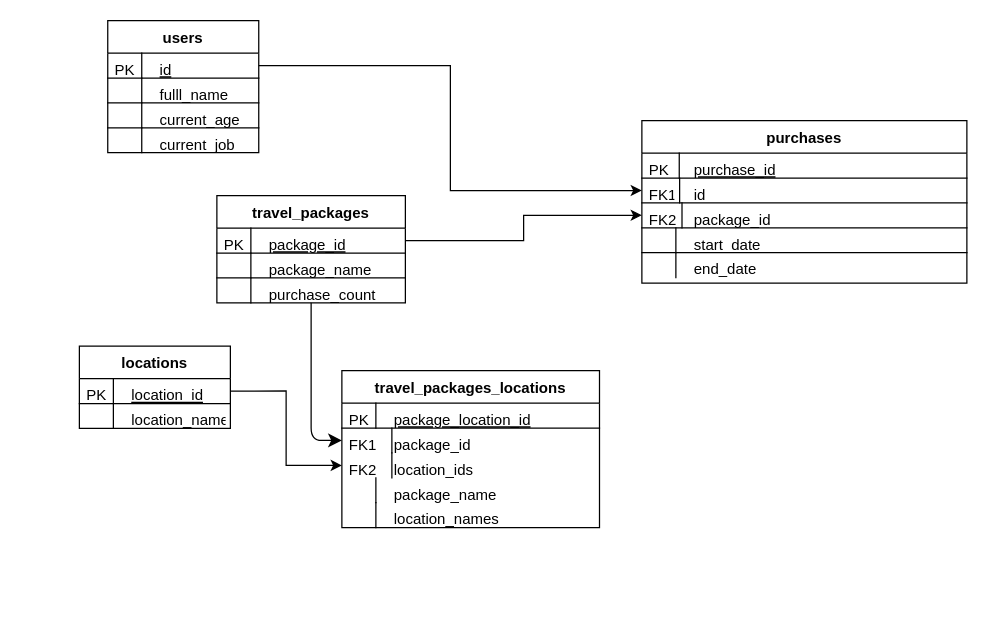
Above: diagrams/Diagrama Entidade-Relacionamento detalhado.drawio in tryber/sd-02-block23-project-queries-unite (draw.io), before the change. Source tidied: cells renumbered, new cells numbered last; positions are measured from the earlier drawing's top-left corner, leaving out a move shared by most shapes. Both pictures are drawn from the tidied source at 125%, with x=0, y=0 at pixel (79, 20).
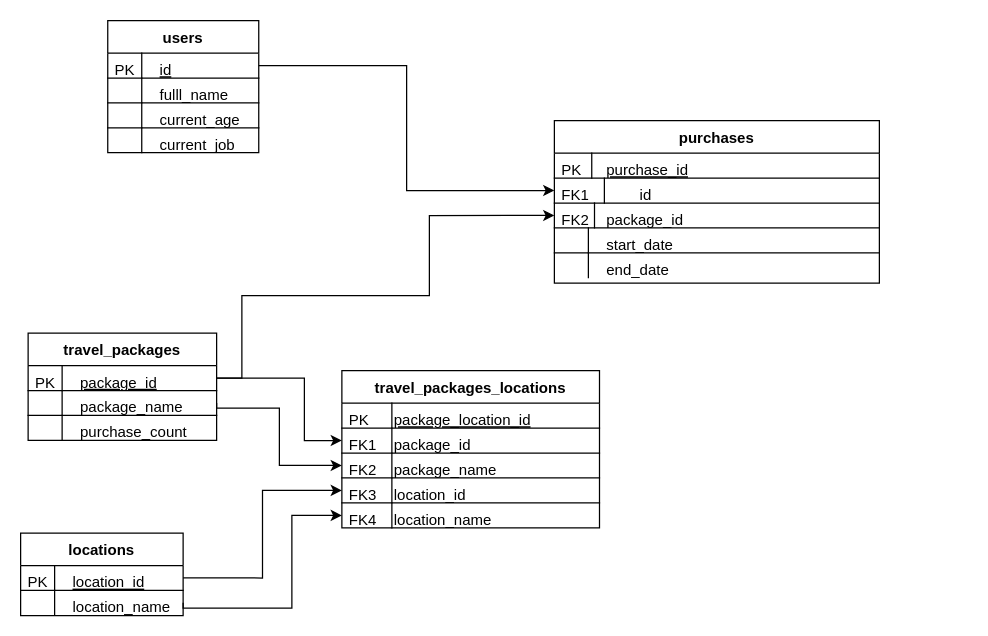
After the change.

Unchanged cells that the change refers to:
```xml
<mxCell id="32" value="travel_packages" style="swimlane;fontStyle=1;horizontal=1;startSize=26;rounded=0;shadow=0;strokeWidth=1;" parent="31" vertex="1">
  <mxGeometry x="-30" width="150.8" height="85.7" as="geometry" />
</mxCell>
<mxCell id="33" value="package_id" style="shape=partialRectangle;top=0;left=0;right=0;bottom=1;align=left;verticalAlign=top;fillColor=none;spacingLeft=40;spacingRight=4;overflow=hidden;points=[[0,0.5],[1,0.5]];portConstraint=eastwest;rounded=0;shadow=0;strokeWidth=1;fontStyle=4;" parent="32" vertex="1">
  <mxGeometry y="26" width="150.8" height="19.9" as="geometry" />
</mxCell>
<mxCell id="35" value="package_name" style="shape=partialRectangle;top=0;left=0;right=0;bottom=1;align=left;verticalAlign=top;fillColor=none;spacingLeft=40;spacingRight=4;overflow=hidden;points=[[0,0.5],[1,0.5]];portConstraint=eastwest;rounded=0;shadow=0;strokeWidth=1;" parent="32" vertex="1">
  <mxGeometry y="45.9" width="150.8" height="19.9" as="geometry" />
</mxCell>
```

What changed in the source:
```diff
@@
     <mxCell id="2" style="group;" parent="1" vertex="1">
-      <mxGeometry width="410" height="340" as="geometry" />
+      <mxGeometry width="416.1" height="405.7" as="geometry" />
     </mxCell>
@@
     <mxCell id="12" value="travel_packages_locations" style="swimlane;fontStyle=1;horizontal=1;startSize=26;rounded=0;shadow=0;strokeWidth=1;" parent="2" vertex="1">
-      <mxGeometry x="210" y="280" width="206.1" height="125.5" as="geometry" />
+      <mxGeometry x="210" y="280" width="206.1" height="125.8" as="geometry" />
     </mxCell>
     <mxCell id="13" value="package_location_id" style="shape=partialRectangle;top=0;left=0;right=0;bottom=1;align=left;verticalAlign=top;fillColor=none;spacingLeft=40;spacingRight=4;overflow=hidden;rounded=0;shadow=0;strokeWidth=1;fontStyle=4;" parent="12" vertex="1">
-      <mxGeometry y="26" width="206.1" height="19.9" as="geometry" />
+      <mxGeometry y="26" width="206.1" height="20" as="geometry" />
     </mxCell>
     <mxCell id="14" value="PK" style="shape=partialRectangle;top=0;left=0;bottom=0;fillColor=none;align=left;verticalAlign=top;spacingLeft=4;spacingRight=4;overflow=hidden;" parent="13" vertex="1">
-      <mxGeometry width="27.2" height="19.9" as="geometry" />
+      <mxGeometry width="40" height="20" as="geometry" />
     </mxCell>
-    <mxCell id="15" value="package_id" style="shape=partialRectangle;top=0;left=0;right=0;bottom=0;align=left;verticalAlign=top;fillColor=none;spacingLeft=40;spacingRight=4;overflow=hidden;points=[[0,0.5],[1,0.5]];portConstraint=eastwest;rounded=0;shadow=0;strokeWidth=1;" parent="12" vertex="1">
-      <mxGeometry y="45.9" width="206.1" height="19.9" as="geometry" />
+    <mxCell id="15" value="package_id" style="shape=partialRectangle;top=0;left=0;right=0;bottom=1;align=left;verticalAlign=top;fillColor=none;spacingLeft=40;spacingRight=4;overflow=hidden;points=[[0,0.5],[1,0.5]];portConstraint=eastwest;rounded=0;shadow=0;strokeWidth=1;" parent="12" vertex="1">
+      <mxGeometry y="46" width="206.1" height="19.9" as="geometry" />
     </mxCell>
@@
-    <mxCell id="17" value="location_ids" style="shape=partialRectangle;top=0;left=0;right=0;bottom=0;align=left;verticalAlign=top;fillColor=none;spacingLeft=40;spacingRight=4;overflow=hidden;points=[[0,0.5],[1,0.5]];portConstraint=eastwest;rounded=0;shadow=0;strokeWidth=1;" parent="12" vertex="1">
-      <mxGeometry y="65.8" width="206.1" height="19.9" as="geometry" />
+    <mxCell id="17" value="package_name" style="shape=partialRectangle;top=0;left=0;right=0;bottom=1;align=left;verticalAlign=top;fillColor=none;spacingLeft=40;spacingRight=4;overflow=hidden;points=[[0,0.5],[1,0.5]];portConstraint=eastwest;rounded=0;shadow=0;strokeWidth=1;" parent="12" vertex="1">
+      <mxGeometry y="65.9" width="206.1" height="19.9" as="geometry" />
     </mxCell>
@@
-    <mxCell id="19" value="package_name" style="shape=partialRectangle;top=0;left=0;right=0;bottom=0;align=left;verticalAlign=top;fillColor=none;spacingLeft=40;spacingRight=4;overflow=hidden;points=[[0,0.5],[1,0.5]];portConstraint=eastwest;rounded=0;shadow=0;strokeWidth=1;" parent="12" vertex="1">
-      <mxGeometry y="85.7" width="206.1" height="19.9" as="geometry" />
+    <mxCell id="19" value="location_id" style="shape=partialRectangle;top=0;left=0;right=0;bottom=1;align=left;verticalAlign=top;fillColor=none;spacingLeft=40;spacingRight=4;overflow=hidden;points=[[0,0.5],[1,0.5]];portConstraint=eastwest;rounded=0;shadow=0;strokeWidth=1;" parent="12" vertex="1">
+      <mxGeometry y="85.8" width="206.1" height="20" as="geometry" />
     </mxCell>
-    <mxCell id="20" style="shape=partialRectangle;top=0;left=0;bottom=0;fillColor=none;align=left;verticalAlign=top;spacingLeft=4;spacingRight=4;overflow=hidden;" parent="19" vertex="1">
-      <mxGeometry width="27.2" height="19.9" as="geometry" />
+    <mxCell id="20" value="FK3" style="shape=partialRectangle;top=0;left=0;bottom=0;fillColor=none;align=left;verticalAlign=top;spacingLeft=4;spacingRight=4;overflow=hidden;" parent="19" vertex="1">
+      <mxGeometry width="40" height="20" as="geometry" />
     </mxCell>
-    <mxCell id="21" value="location_names" style="shape=partialRectangle;top=0;left=0;right=0;bottom=0;align=left;verticalAlign=top;fillColor=none;spacingLeft=40;spacingRight=4;overflow=hidden;points=[[0,0.5],[1,0.5]];portConstraint=eastwest;rounded=0;shadow=0;strokeWidth=1;" parent="12" vertex="1">
-      <mxGeometry y="105.6" width="206.1" height="19.9" as="geometry" />
+    <mxCell id="21" value="location_name" style="shape=partialRectangle;top=0;left=0;right=0;bottom=0;align=left;verticalAlign=top;fillColor=none;spacingLeft=40;spacingRight=4;overflow=hidden;points=[[0,0.5],[1,0.5]];portConstraint=eastwest;rounded=0;shadow=0;strokeWidth=1;" parent="12" vertex="1">
+      <mxGeometry y="105.8" width="206.1" height="20" as="geometry" />
     </mxCell>
-    <mxCell id="22" style="shape=partialRectangle;top=0;left=0;bottom=0;fillColor=none;align=left;verticalAlign=top;spacingLeft=4;spacingRight=4;overflow=hidden;" parent="21" vertex="1">
-      <mxGeometry width="27.2" height="19.9" as="geometry" />
+    <mxCell id="22" value="FK4" style="shape=partialRectangle;top=0;left=0;bottom=0;fillColor=none;align=left;verticalAlign=top;spacingLeft=4;spacingRight=4;overflow=hidden;" parent="21" vertex="1">
+      <mxGeometry width="40" height="20" as="geometry" />
     </mxCell>
-    <mxCell id="23" style="edgeStyle=orthogonalEdgeStyle;endArrow=classic;startArrow=none;shadow=0;strokeWidth=1;endSize=8;startSize=8;startFill=0;endFill=1;" parent="2" edge="1" source="32" target="15">
-      <mxGeometry relative="1" as="geometry" />
-    </mxCell>
-    <mxCell id="24" style="group;" parent="2" vertex="1">
-      <mxGeometry y="260.4" width="120.8" height="79.6" as="geometry" />
-    </mxCell>
-    <mxCell id="25" value="locations" style="swimlane;fontStyle=1;horizontal=1;startSize=26;rounded=0;shadow=0;strokeWidth=1;" parent="24" vertex="1">
-      <mxGeometry width="120.8" height="65.8" as="geometry" />
-    </mxCell>
-    <mxCell id="26" value="location_id" style="shape=partialRectangle;top=0;left=0;right=0;bottom=1;align=left;verticalAlign=top;fillColor=none;spacingLeft=40;spacingRight=4;overflow=hidden;points=[[0,0.5],[1,0.5]];portConstraint=eastwest;rounded=0;shadow=0;strokeWidth=1;fontStyle=4;" parent="25" vertex="1">
-      <mxGeometry y="26" width="120.8" height="19.9" as="geometry" />
-    </mxCell>
-    <mxCell id="27" value="PK" style="shape=partialRectangle;top=0;left=0;bottom=0;fillColor=none;align=left;verticalAlign=top;spacingLeft=4;spacingRight=4;overflow=hidden;" parent="26" vertex="1">
-      <mxGeometry width="27.2" height="19.9" as="geometry" />
-    </mxCell>
-    <mxCell id="28" value="location_name" style="shape=partialRectangle;top=0;left=0;right=0;bottom=0;align=left;verticalAlign=top;fillColor=none;spacingLeft=40;spacingRight=4;overflow=hidden;points=[[0,0.5],[1,0.5]];portConstraint=eastwest;rounded=0;shadow=0;strokeWidth=1;" parent="25" vertex="1">
-      <mxGeometry y="45.9" width="120.8" height="19.9" as="geometry" />
-    </mxCell>
-    <mxCell id="29" style="shape=partialRectangle;top=0;left=0;bottom=0;fillColor=none;align=left;verticalAlign=top;spacingLeft=4;spacingRight=4;overflow=hidden;" parent="28" vertex="1">
-      <mxGeometry width="27.2" height="19.9" as="geometry" />
-    </mxCell>
-    <mxCell id="30" style="edgeStyle=orthogonalEdgeStyle;rounded=0;jettySize=auto;html=1;exitX=1;exitY=0.5;exitDx=0;exitDy=0;startArrow=none;startFill=0;endArrow=classic;endFill=1;" parent="2" edge="1" source="26" target="17">
-      <mxGeometry relative="1" as="geometry" />
-    </mxCell>
     <mxCell id="31" style="group;" parent="2" vertex="1">
-      <mxGeometry x="140" y="140" width="120.8" height="85.7" as="geometry" />
+      <mxGeometry x="-11" y="250" width="120.8" height="85.7" as="geometry" />
     </mxCell>
@@
+    <mxCell id="52" style="edgeStyle=orthogonalEdgeStyle;rounded=0;jettySize=auto;html=1;exitX=1;exitY=0.5;exitDx=0;exitDy=0;entryX=0;entryY=0.5;entryDx=0;entryDy=0;" parent="2" edge="1" source="35" target="17">
+      <mxGeometry relative="1" as="geometry">
+        <Array as="points">
+          <mxPoint x="110" y="310" />
+          <mxPoint x="160" y="310" />
+          <mxPoint x="160" y="356" />
+        </Array>
+      </mxGeometry>
+    </mxCell>
+    <mxCell id="53" style="edgeStyle=orthogonalEdgeStyle;rounded=0;jettySize=auto;html=1;exitX=1;exitY=0.5;exitDx=0;exitDy=0;entryX=0;entryY=0.5;entryDx=0;entryDy=0;" parent="2" edge="1" source="33" target="15">
+      <mxGeometry relative="1" as="geometry">
+        <Array as="points">
+          <mxPoint x="180" y="286" />
+          <mxPoint x="180" y="336" />
+        </Array>
+      </mxGeometry>
+    </mxCell>
     <mxCell id="39" value="purchases" style="swimlane;fontStyle=1;horizontal=1;startSize=26;rounded=0;shadow=0;strokeWidth=1;" parent="1" vertex="1">
-      <mxGeometry x="450" y="80" width="260" height="130" as="geometry" />
+      <mxGeometry x="380" y="80" width="260" height="130" as="geometry" />
     </mxCell>
@@
-    <mxCell id="42" value="id" style="shape=partialRectangle;top=0;left=0;right=0;bottom=1;align=left;verticalAlign=top;fillColor=none;spacingLeft=40;spacingRight=4;overflow=hidden;points=[[0,0.5],[1,0.5]];portConstraint=eastwest;rounded=0;shadow=0;strokeWidth=1;" parent="39" vertex="1">
-      <mxGeometry y="45.9" width="260" height="19.9" as="geometry" />
+    <mxCell id="42" value="        id" style="shape=partialRectangle;top=0;left=0;right=0;bottom=1;align=left;verticalAlign=top;fillColor=none;spacingLeft=40;spacingRight=4;overflow=hidden;points=[[0,0.5],[1,0.5]];portConstraint=eastwest;rounded=0;shadow=0;strokeWidth=1;" parent="39" vertex="1">
+      <mxGeometry y="45.9" width="260" height="20" as="geometry" />
     </mxCell>
     <mxCell id="43" value="FK1" style="shape=partialRectangle;top=0;left=0;bottom=0;fillColor=none;align=left;verticalAlign=top;spacingLeft=4;spacingRight=4;overflow=hidden;" parent="42" vertex="1">
-      <mxGeometry width="30.2" height="19.9" as="geometry" />
+      <mxGeometry width="40" height="20" as="geometry" />
     </mxCell>
     <mxCell id="44" value="package_id" style="shape=partialRectangle;top=0;left=0;right=0;bottom=1;align=left;verticalAlign=top;fillColor=none;spacingLeft=40;spacingRight=4;overflow=hidden;points=[[0,0.5],[1,0.5]];portConstraint=eastwest;rounded=0;shadow=0;strokeWidth=1;" parent="39" vertex="1">
-      <mxGeometry y="65.8" width="260" height="19.9" as="geometry" />
+      <mxGeometry y="65.9" width="260" height="19.9" as="geometry" />
     </mxCell>
@@
     <mxCell id="46" value="start_date" style="shape=partialRectangle;top=0;left=0;right=0;bottom=1;align=left;verticalAlign=top;fillColor=none;spacingLeft=40;spacingRight=4;overflow=hidden;rounded=0;shadow=0;strokeWidth=1;" parent="39" vertex="1">
-      <mxGeometry y="85.7" width="260" height="19.9" as="geometry" />
+      <mxGeometry y="85.8" width="260" height="19.9" as="geometry" />
     </mxCell>
@@
     <mxCell id="48" value="end_date" style="shape=partialRectangle;top=0;left=0;right=0;bottom=0;align=left;verticalAlign=top;fillColor=none;spacingLeft=40;spacingRight=4;overflow=hidden;rounded=0;shadow=0;strokeWidth=1;" parent="39" vertex="1">
-      <mxGeometry y="105.6" width="260" height="19.9" as="geometry" />
+      <mxGeometry y="105.7" width="260" height="19.9" as="geometry" />
     </mxCell>
@@
     <mxCell id="51" style="edgeStyle=orthogonalEdgeStyle;rounded=0;jettySize=auto;html=1;exitX=1;exitY=0.5;exitDx=0;exitDy=0;entryX=0;entryY=0.5;entryDx=0;entryDy=0;startArrow=none;startFill=0;endArrow=classic;endFill=1;" parent="1" edge="1" source="33" target="44">
-      <mxGeometry relative="1" as="geometry" />
+      <mxGeometry relative="1" as="geometry">
+        <Array as="points">
+          <mxPoint x="130" y="286" />
+          <mxPoint x="130" y="220" />
+          <mxPoint x="280" y="220" />
+          <mxPoint x="280" y="156" />
+        </Array>
+      </mxGeometry>
     </mxCell>
+    <mxCell id="24" style="group;" parent="1" vertex="1">
+      <mxGeometry x="-6.5" y="409.9" width="130" height="79.6" as="geometry" />
+    </mxCell>
+    <mxCell id="25" value="locations" style="swimlane;fontStyle=1;horizontal=1;startSize=26;rounded=0;shadow=0;strokeWidth=1;" parent="24" vertex="1">
+      <mxGeometry x="-40.5" width="130" height="66" as="geometry" />
+    </mxCell>
+    <mxCell id="26" value="location_id" style="shape=partialRectangle;top=0;left=0;right=0;bottom=1;align=left;verticalAlign=top;fillColor=none;spacingLeft=40;spacingRight=4;overflow=hidden;points=[[0,0.5],[1,0.5]];portConstraint=eastwest;rounded=0;shadow=0;strokeWidth=1;fontStyle=4;" parent="25" vertex="1">
+      <mxGeometry y="26" width="130" height="19.9" as="geometry" />
+    </mxCell>
+    <mxCell id="27" value="PK" style="shape=partialRectangle;top=0;left=0;bottom=0;fillColor=none;align=left;verticalAlign=top;spacingLeft=4;spacingRight=4;overflow=hidden;" parent="26" vertex="1">
+      <mxGeometry width="27.2" height="19.9" as="geometry" />
+    </mxCell>
+    <mxCell id="28" value="location_name" style="shape=partialRectangle;top=0;left=0;right=0;bottom=0;align=left;verticalAlign=top;fillColor=none;spacingLeft=40;spacingRight=4;overflow=hidden;points=[[0,0.5],[1,0.5]];portConstraint=eastwest;rounded=0;shadow=0;strokeWidth=1;" parent="25" vertex="1">
+      <mxGeometry y="45.9" width="130" height="19.9" as="geometry" />
+    </mxCell>
+    <mxCell id="29" style="shape=partialRectangle;top=0;left=0;bottom=0;fillColor=none;align=left;verticalAlign=top;spacingLeft=4;spacingRight=4;overflow=hidden;" parent="28" vertex="1">
+      <mxGeometry width="27.2" height="19.9" as="geometry" />
+    </mxCell>
+    <mxCell id="30" style="edgeStyle=orthogonalEdgeStyle;rounded=0;jettySize=auto;html=1;exitX=1;exitY=0.5;exitDx=0;exitDy=0;startArrow=none;startFill=0;endArrow=classic;endFill=1;entryX=0;entryY=0.5;entryDx=0;entryDy=0;" parent="1" edge="1" source="26" target="19">
+      <mxGeometry relative="1" as="geometry" />
+    </mxCell>
+    <mxCell id="54" style="edgeStyle=orthogonalEdgeStyle;rounded=0;jettySize=auto;html=1;exitX=1;exitY=0.5;exitDx=0;exitDy=0;entryX=0;entryY=0.5;entryDx=0;entryDy=0;" parent="1" edge="1" source="28" target="21">
+      <mxGeometry relative="1" as="geometry">
+        <Array as="points">
+          <mxPoint x="83" y="470" />
+          <mxPoint x="170" y="470" />
+          <mxPoint x="170" y="396" />
+        </Array>
+      </mxGeometry>
+    </mxCell>
```
